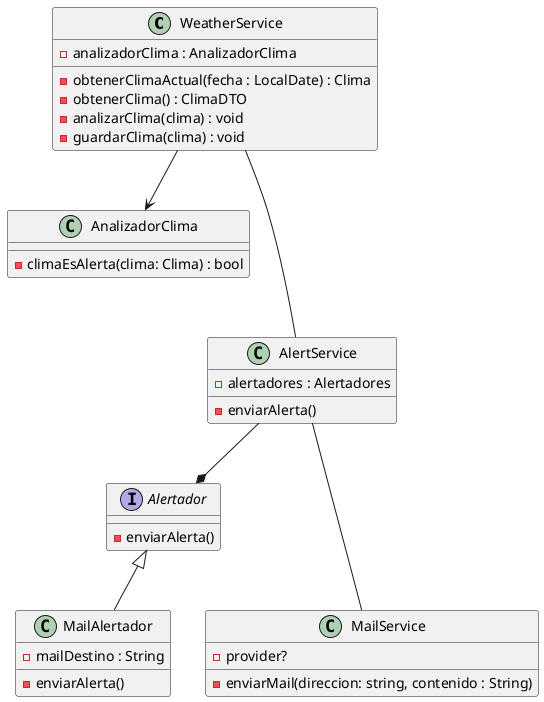
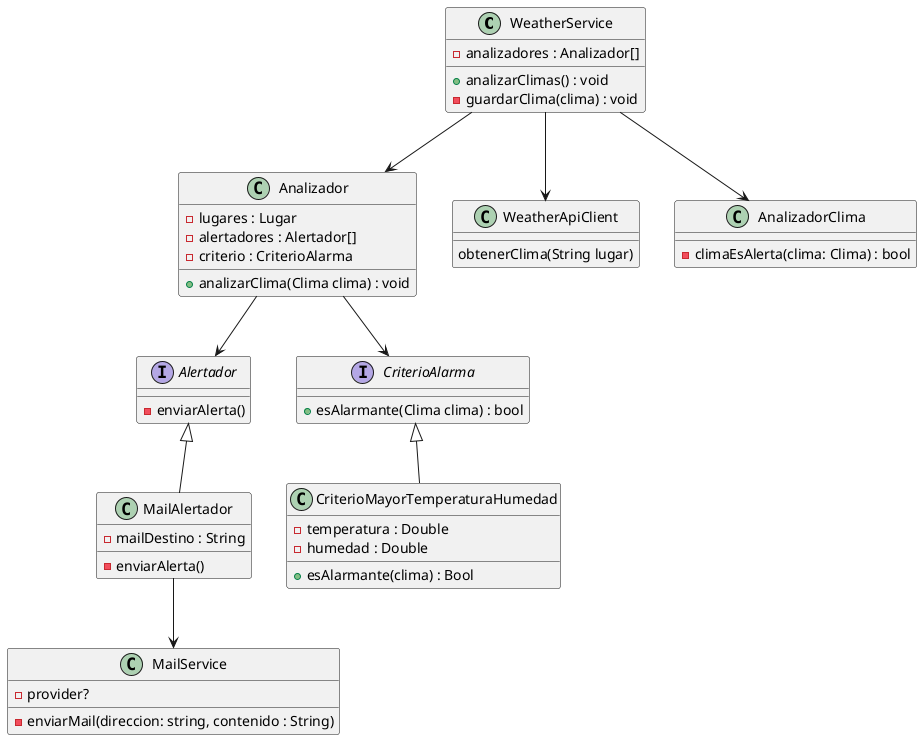
@startuml


class WeatherService{
-     - analizadorClima : AnalizadorClima
-     - obtenerClimaActual(fecha : LocalDate) : Clima
-     - obtenerClima() : ClimaDTO
-     - analizarClima(clima) : void
+     - analizadores : Analizador[]
+ 
+     ' analiza para cada lugar, su clima.
+     + analizarClimas() : void
    - guardarClima(clima) : void
+ }
+ 
+ ' tiene los lugares y a quien alarmar
+ class Analizador{
+ 
+     - lugares : Lugar
+     - alertadores : Alertador[]
+     - criterio : CriterioAlarma
+     ' analiza si es alarmante el clima, dispara las alarmas
+     + analizarClima(Clima clima) : void
+ }
+ 
+ WeatherService --> Analizador
+ 
+ Analizador --> Alertador
+ Analizador --> CriterioAlarma
+ 
+ Interface CriterioAlarma{
+     + esAlarmante(Clima clima) : bool
+ }
+ 
+ Class CriterioMayorTemperaturaHumedad extends CriterioAlarma{
+     - temperatura : Double
+     - humedad : Double
+     + esAlarmante(clima) : Bool
+ }
+ 
+ WeatherService --> WeatherApiClient
+ 
+ class WeatherApiClient{
+     obtenerClima(String lugar)
+ 
}

class AnalizadorClima{
    - climaEsAlerta(clima: Clima) : bool
}

WeatherService --> AnalizadorClima

- class AlertService{
- - alertadores : Alertadores
- - enviarAlerta()
- }
interface Alertador{
- enviarAlerta()
}

class MailAlertador extends Alertador {
- mailDestino : String
- enviarAlerta()
}
- 
+ MailAlertador --> MailService
' manda los mails
class MailService{
- provider?
- enviarMail(direccion: string, contenido : String)
}

- AlertService --* Alertador
- AlertService --- MailService
- WeatherService --- AlertService

@enduml